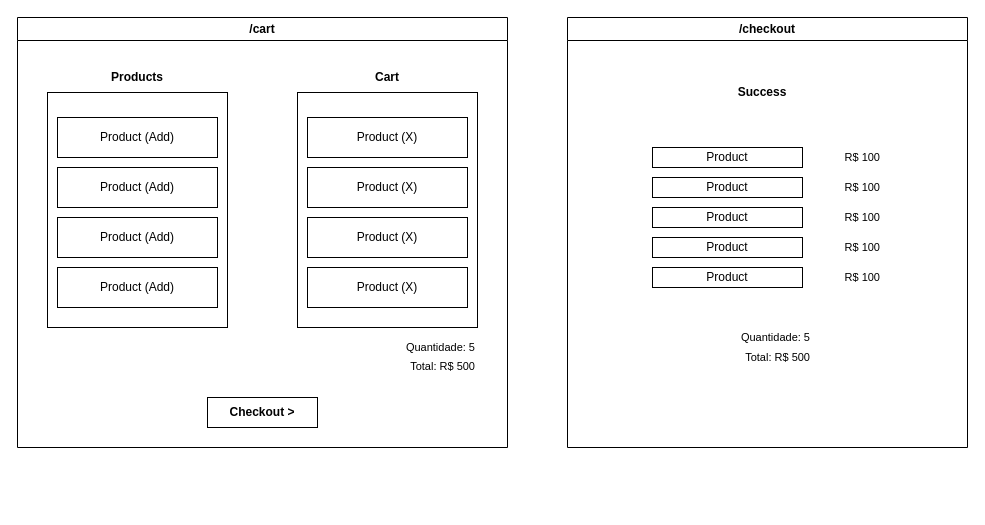
This is PocAngular16.drawio from rribeiro93k/draw-docs, a draw.io file, before an edit. Source tidied: cells renumbered, new cells numbered last; positions are measured from the earlier drawing's top-left corner, leaving out a move shared by most shapes. Both pictures are drawn from the tidied source at 100%, with x=0, y=0 at pixel (17, 17).
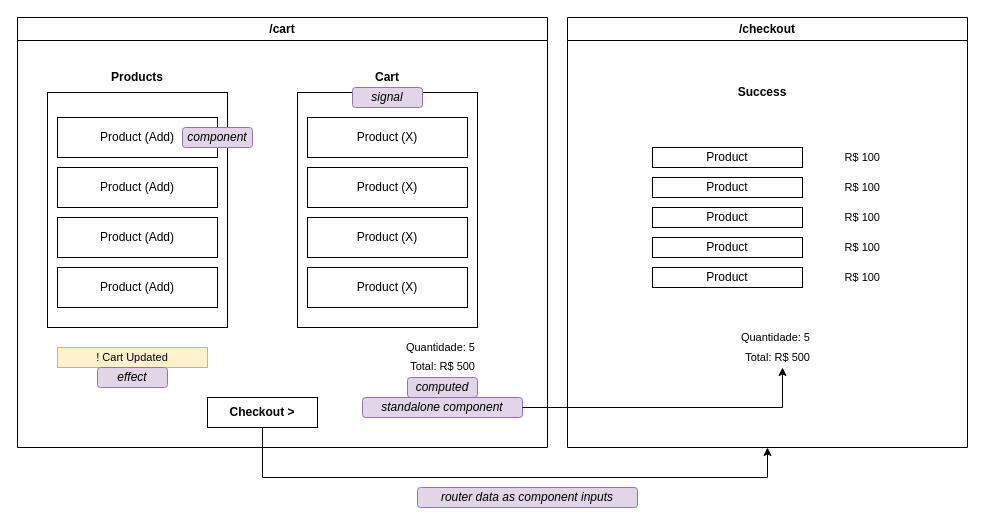
The same page after the edit.

Unchanged cells that the change refers to:
```xml
<mxCell id="16" value="Checkout &amp;gt;" style="rounded=0;whiteSpace=wrap;html=1;fontStyle=1;" parent="2" vertex="1">
  <mxGeometry x="190" y="380" width="110" height="30" as="geometry" />
</mxCell>
<mxCell id="18" value="/checkout" style="swimlane;whiteSpace=wrap;html=1;" parent="1" vertex="1">
  <mxGeometry x="550" width="400" height="430" as="geometry" />
</mxCell>
<mxCell id="21" value="Total: R$ 500" style="text;html=1;strokeColor=none;fillColor=none;align=right;verticalAlign=middle;whiteSpace=wrap;rounded=0;fontSize=11;" parent="18" vertex="1">
  <mxGeometry x="125" y="330" width="120" height="20" as="geometry" />
</mxCell>
```

Change to the diagram source:
```diff
@@
     <mxCell id="2" value="/cart" style="swimlane;whiteSpace=wrap;html=1;" parent="1" vertex="1">
-      <mxGeometry width="490" height="430" as="geometry" />
+      <mxGeometry width="530" height="430" as="geometry" />
     </mxCell>
@@
+    <mxCell id="32" value="! Cart Updated" style="text;html=1;strokeColor=#d6b656;fillColor=#fff2cc;align=center;verticalAlign=middle;whiteSpace=wrap;rounded=0;fontSize=11;" parent="2" vertex="1">
+      <mxGeometry x="40" y="330" width="150" height="20" as="geometry" />
+    </mxCell>
+    <mxCell id="33" value="&lt;i&gt;computed&lt;/i&gt;" style="rounded=1;whiteSpace=wrap;html=1;fillColor=#e1d5e7;strokeColor=#9673a6;" parent="2" vertex="1">
+      <mxGeometry x="390" y="360" width="70" height="20" as="geometry" />
+    </mxCell>
+    <mxCell id="34" value="&lt;i&gt;effect&lt;/i&gt;" style="rounded=1;whiteSpace=wrap;html=1;fillColor=#e1d5e7;strokeColor=#9673a6;" parent="2" vertex="1">
+      <mxGeometry x="80" y="350" width="70" height="20" as="geometry" />
+    </mxCell>
+    <mxCell id="35" value="&lt;i&gt;signal&lt;/i&gt;" style="rounded=1;whiteSpace=wrap;html=1;fillColor=#e1d5e7;strokeColor=#9673a6;" parent="2" vertex="1">
+      <mxGeometry x="335" y="70" width="70" height="20" as="geometry" />
+    </mxCell>
+    <mxCell id="36" value="&lt;i&gt;standalone component&lt;/i&gt;" style="rounded=1;whiteSpace=wrap;html=1;fillColor=#e1d5e7;strokeColor=#9673a6;" parent="2" vertex="1">
+      <mxGeometry x="345" y="380" width="160" height="20" as="geometry" />
+    </mxCell>
+    <mxCell id="37" value="&lt;i&gt;component&lt;/i&gt;" style="rounded=1;whiteSpace=wrap;html=1;fillColor=#e1d5e7;strokeColor=#9673a6;" parent="2" vertex="1">
+      <mxGeometry x="165" y="110" width="70" height="20" as="geometry" />
+    </mxCell>
@@
+    <mxCell id="38" value="&lt;i&gt;router data as component inputs&lt;/i&gt;" style="rounded=1;whiteSpace=wrap;html=1;fillColor=#e1d5e7;strokeColor=#9673a6;" parent="1" vertex="1">
+      <mxGeometry x="400" y="470" width="220" height="20" as="geometry" />
+    </mxCell>
+    <mxCell id="39" style="edgeStyle=orthogonalEdgeStyle;rounded=0;jettySize=auto;html=1;entryX=0.5;entryY=1;entryDx=0;entryDy=0;exitX=0.5;exitY=1;exitDx=0;exitDy=0;" parent="1" edge="1" source="16" target="18">
+      <mxGeometry relative="1" as="geometry">
+        <Array as="points">
+          <mxPoint x="245" y="460" />
+          <mxPoint x="750" y="460" />
+        </Array>
+      </mxGeometry>
+    </mxCell>
+    <mxCell id="40" style="edgeStyle=orthogonalEdgeStyle;rounded=0;jettySize=auto;html=1;entryX=0.75;entryY=1;entryDx=0;entryDy=0;" parent="1" edge="1" source="36" target="21">
+      <mxGeometry relative="1" as="geometry" />
+    </mxCell>
```
